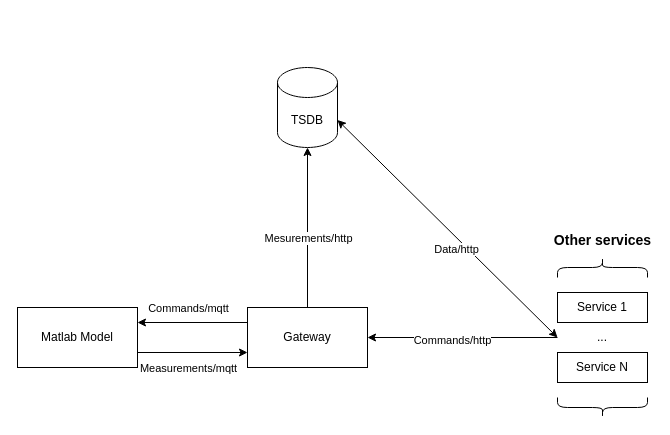
Earlier version of the draw.io diagram docs/Diagram.drawio (SorokinAS/MQTT_Service). Source tidied: cells renumbered, new cells numbered last; positions are measured from the earlier drawing's top-left corner, leaving out a move shared by most shapes. Both pictures are drawn from the tidied source at 100%, with x=0, y=0 at pixel (17, 67).
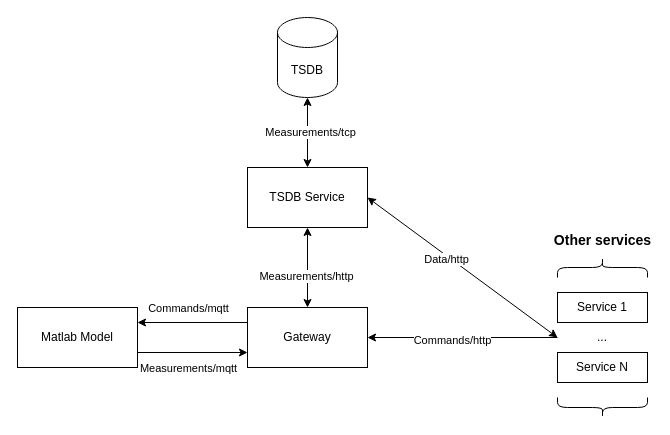
After the change.

Unchanged cells that the change refers to:
```xml
<mxCell id="6" value="Gateway" style="rounded=0;whiteSpace=wrap;html=1;" parent="1" vertex="1">
  <mxGeometry x="230" y="240" width="120" height="60" as="geometry" />
</mxCell>
<mxCell id="18" value="..." style="text;html=1;strokeColor=none;fillColor=none;align=center;verticalAlign=middle;whiteSpace=wrap;rounded=0;" parent="1" vertex="1">
  <mxGeometry x="540" y="255" width="90" height="30" as="geometry" />
</mxCell>
```

The edit, as a diff of the source:
```diff
@@
     <mxCell id="2" value="TSDB" style="shape=cylinder3;whiteSpace=wrap;html=1;boundedLbl=1;backgroundOutline=1;size=15;" parent="1" vertex="1">
-      <mxGeometry x="260" width="60" height="80" as="geometry" />
+      <mxGeometry x="260" y="-50" width="60" height="80" as="geometry" />
     </mxCell>
@@
-    <mxCell id="7" style="endArrow=classic;html=1;rounded=0;entryX=0.5;entryY=1;entryDx=0;entryDy=0;entryPerimeter=0;exitX=0.5;exitY=0;exitDx=0;exitDy=0;" parent="1" edge="1" source="6" target="2">
-      <mxGeometry relative="1" as="geometry" />
-    </mxCell>
-    <mxCell id="8" value="Mesurements/http" style="edgeLabel;html=1;align=center;verticalAlign=middle;" parent="7" vertex="1">
-      <mxGeometry x="-0.12" relative="1" as="geometry" />
-    </mxCell>
@@
-    <mxCell id="11" style="endArrow=classic;startArrow=classic;html=1;rounded=0;exitX=1;exitY=0;exitDx=0;exitDy=52.5;exitPerimeter=0;entryX=0;entryY=0.5;entryDx=0;entryDy=0;" parent="1" edge="1" source="2" target="18">
-      <mxGeometry relative="1" as="geometry" />
-    </mxCell>
-    <mxCell id="12" value="Data/http" style="edgeLabel;html=1;align=center;verticalAlign=middle;" parent="11" vertex="1">
-      <mxGeometry x="-0.02" y="1" relative="1" as="geometry">
-        <mxPoint x="10" y="23" as="offset" />
-      </mxGeometry>
-    </mxCell>
@@
+    <mxCell id="21" value="TSDB Service" style="rounded=0;whiteSpace=wrap;html=1;" parent="1" vertex="1">
+      <mxGeometry x="230" y="100" width="120" height="60" as="geometry" />
+    </mxCell>
+    <mxCell id="22" style="endArrow=classic;startArrow=classic;html=1;rounded=0;entryX=0.5;entryY=1;entryDx=0;entryDy=0;entryPerimeter=0;exitX=0.5;exitY=0;exitDx=0;exitDy=0;" parent="1" edge="1" source="21" target="2">
+      <mxGeometry relative="1" as="geometry" />
+    </mxCell>
+    <mxCell id="23" value="Measurements/tcp" style="edgeLabel;html=1;align=center;verticalAlign=middle;" parent="22" vertex="1">
+      <mxGeometry x="0.02" y="-2" relative="1" as="geometry" />
+    </mxCell>
+    <mxCell id="24" style="endArrow=classic;startArrow=classic;html=1;rounded=0;entryX=0.5;entryY=1;entryDx=0;entryDy=0;exitX=0.5;exitY=0;exitDx=0;exitDy=0;" parent="1" edge="1" source="6" target="21">
+      <mxGeometry relative="1" as="geometry" />
+    </mxCell>
+    <mxCell id="25" value="Measurements/http" style="edgeLabel;html=1;align=center;verticalAlign=middle;" parent="24" vertex="1">
+      <mxGeometry x="-0.2" y="2" relative="1" as="geometry" />
+    </mxCell>
+    <mxCell id="26" style="endArrow=classic;startArrow=classic;html=1;rounded=0;entryX=0;entryY=0.5;entryDx=0;entryDy=0;exitX=1;exitY=0.5;exitDx=0;exitDy=0;" parent="1" edge="1" source="21" target="18">
+      <mxGeometry relative="1" as="geometry" />
+    </mxCell>
+    <mxCell id="12" value="Data/http" style="edgeLabel;html=1;align=center;verticalAlign=middle;" parent="26" vertex="1">
+      <mxGeometry x="-0.15" y="-3" relative="1" as="geometry" />
+    </mxCell>
```
